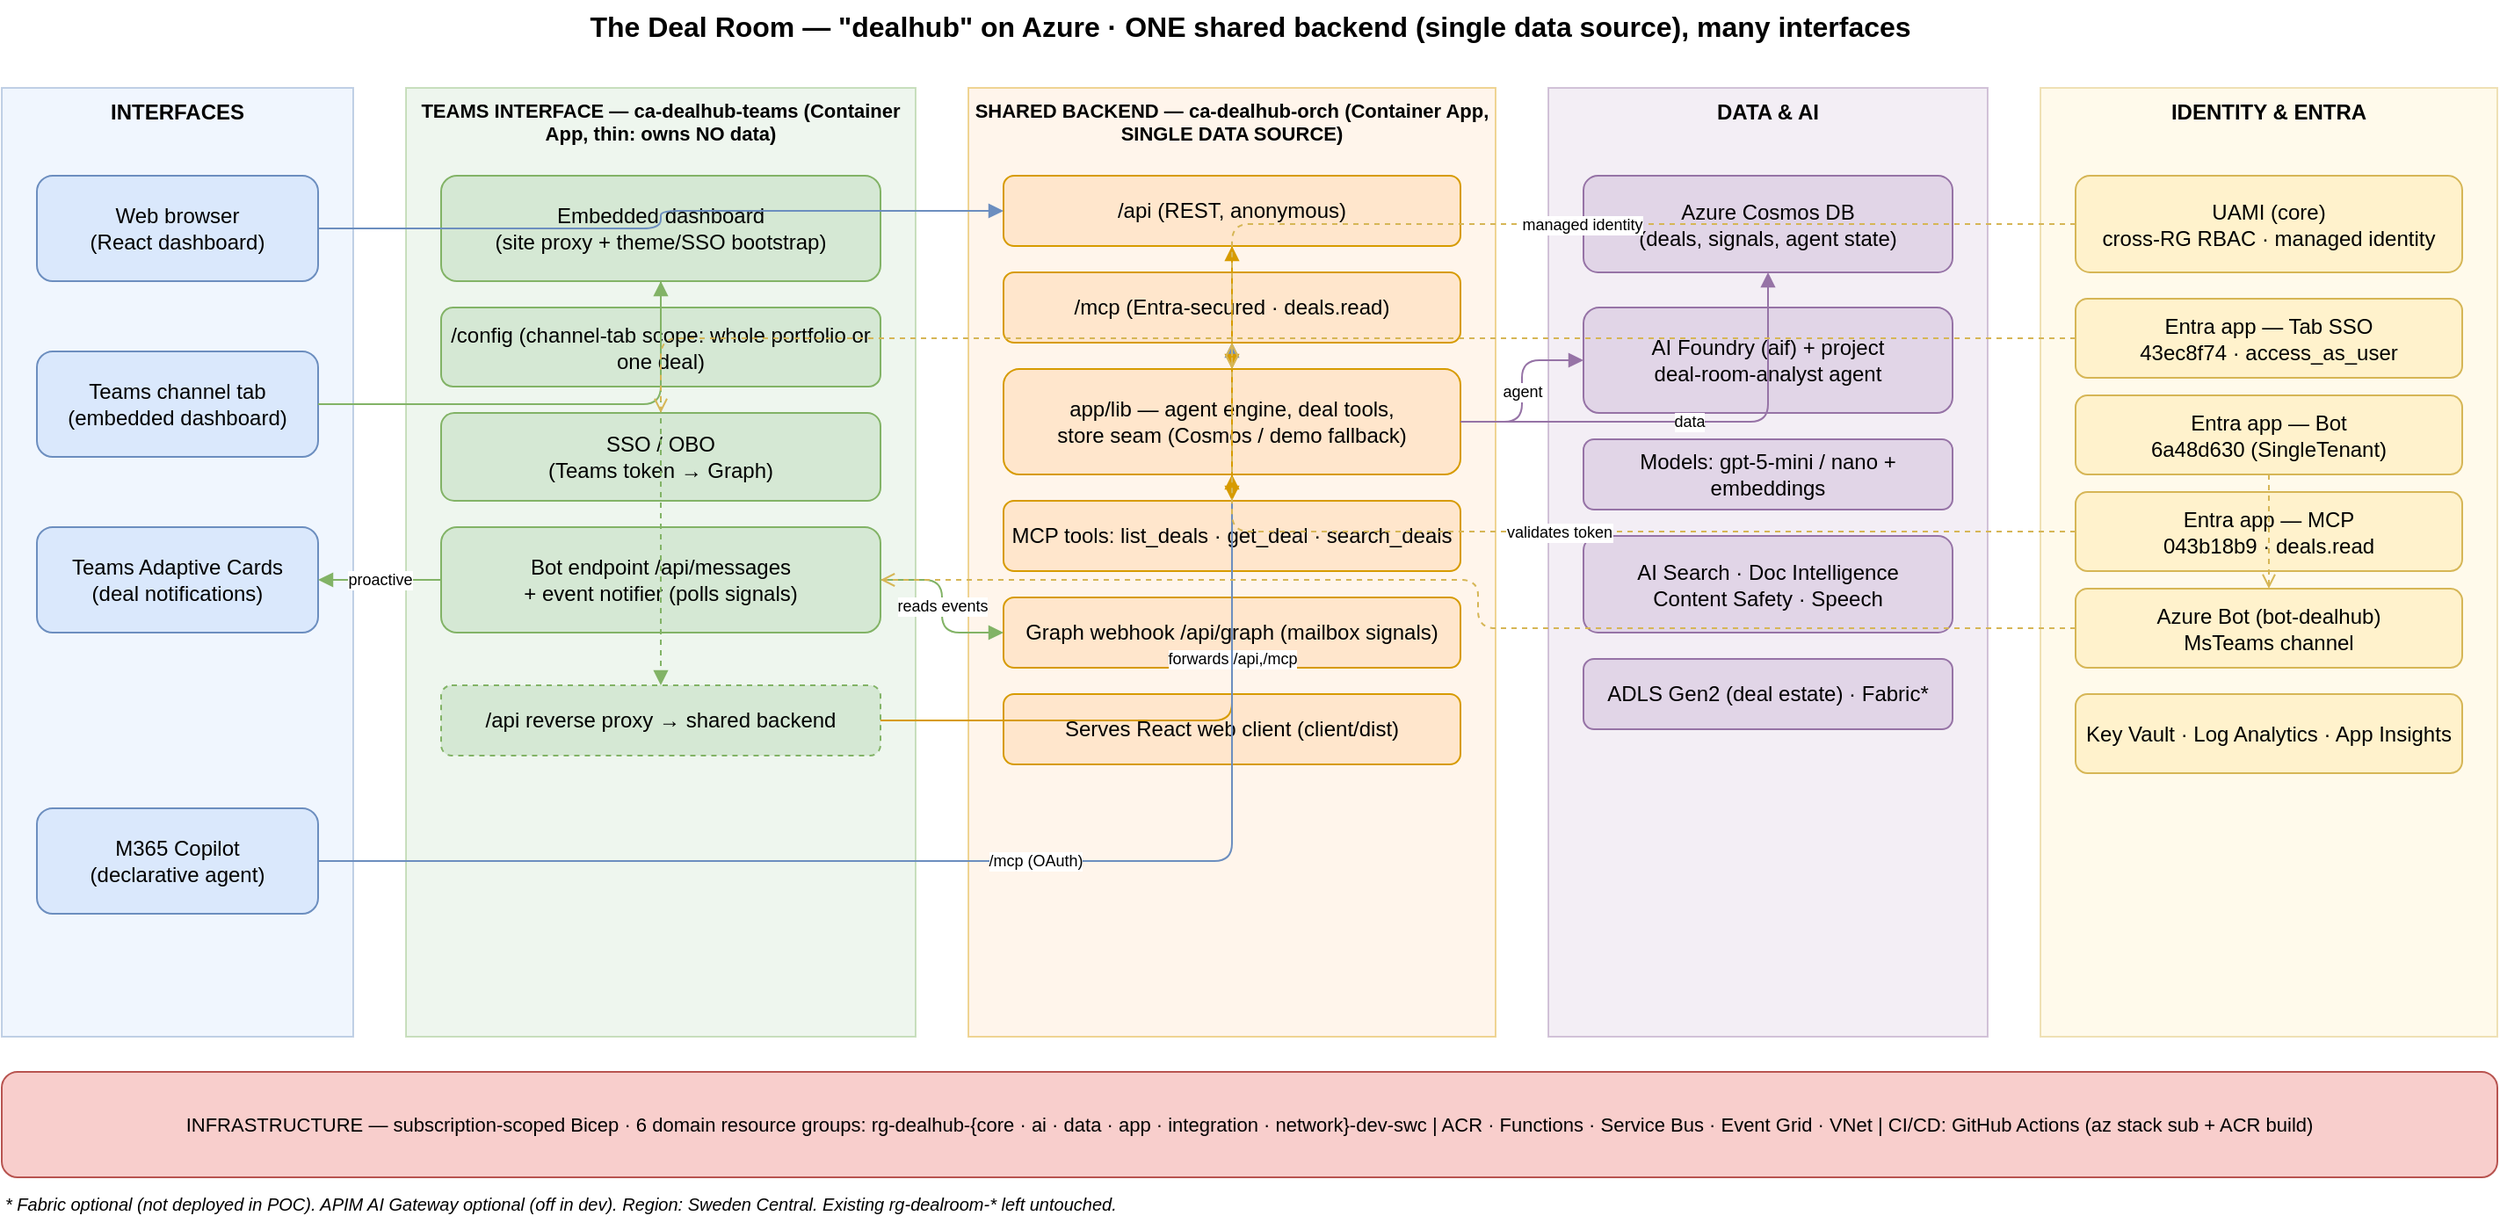
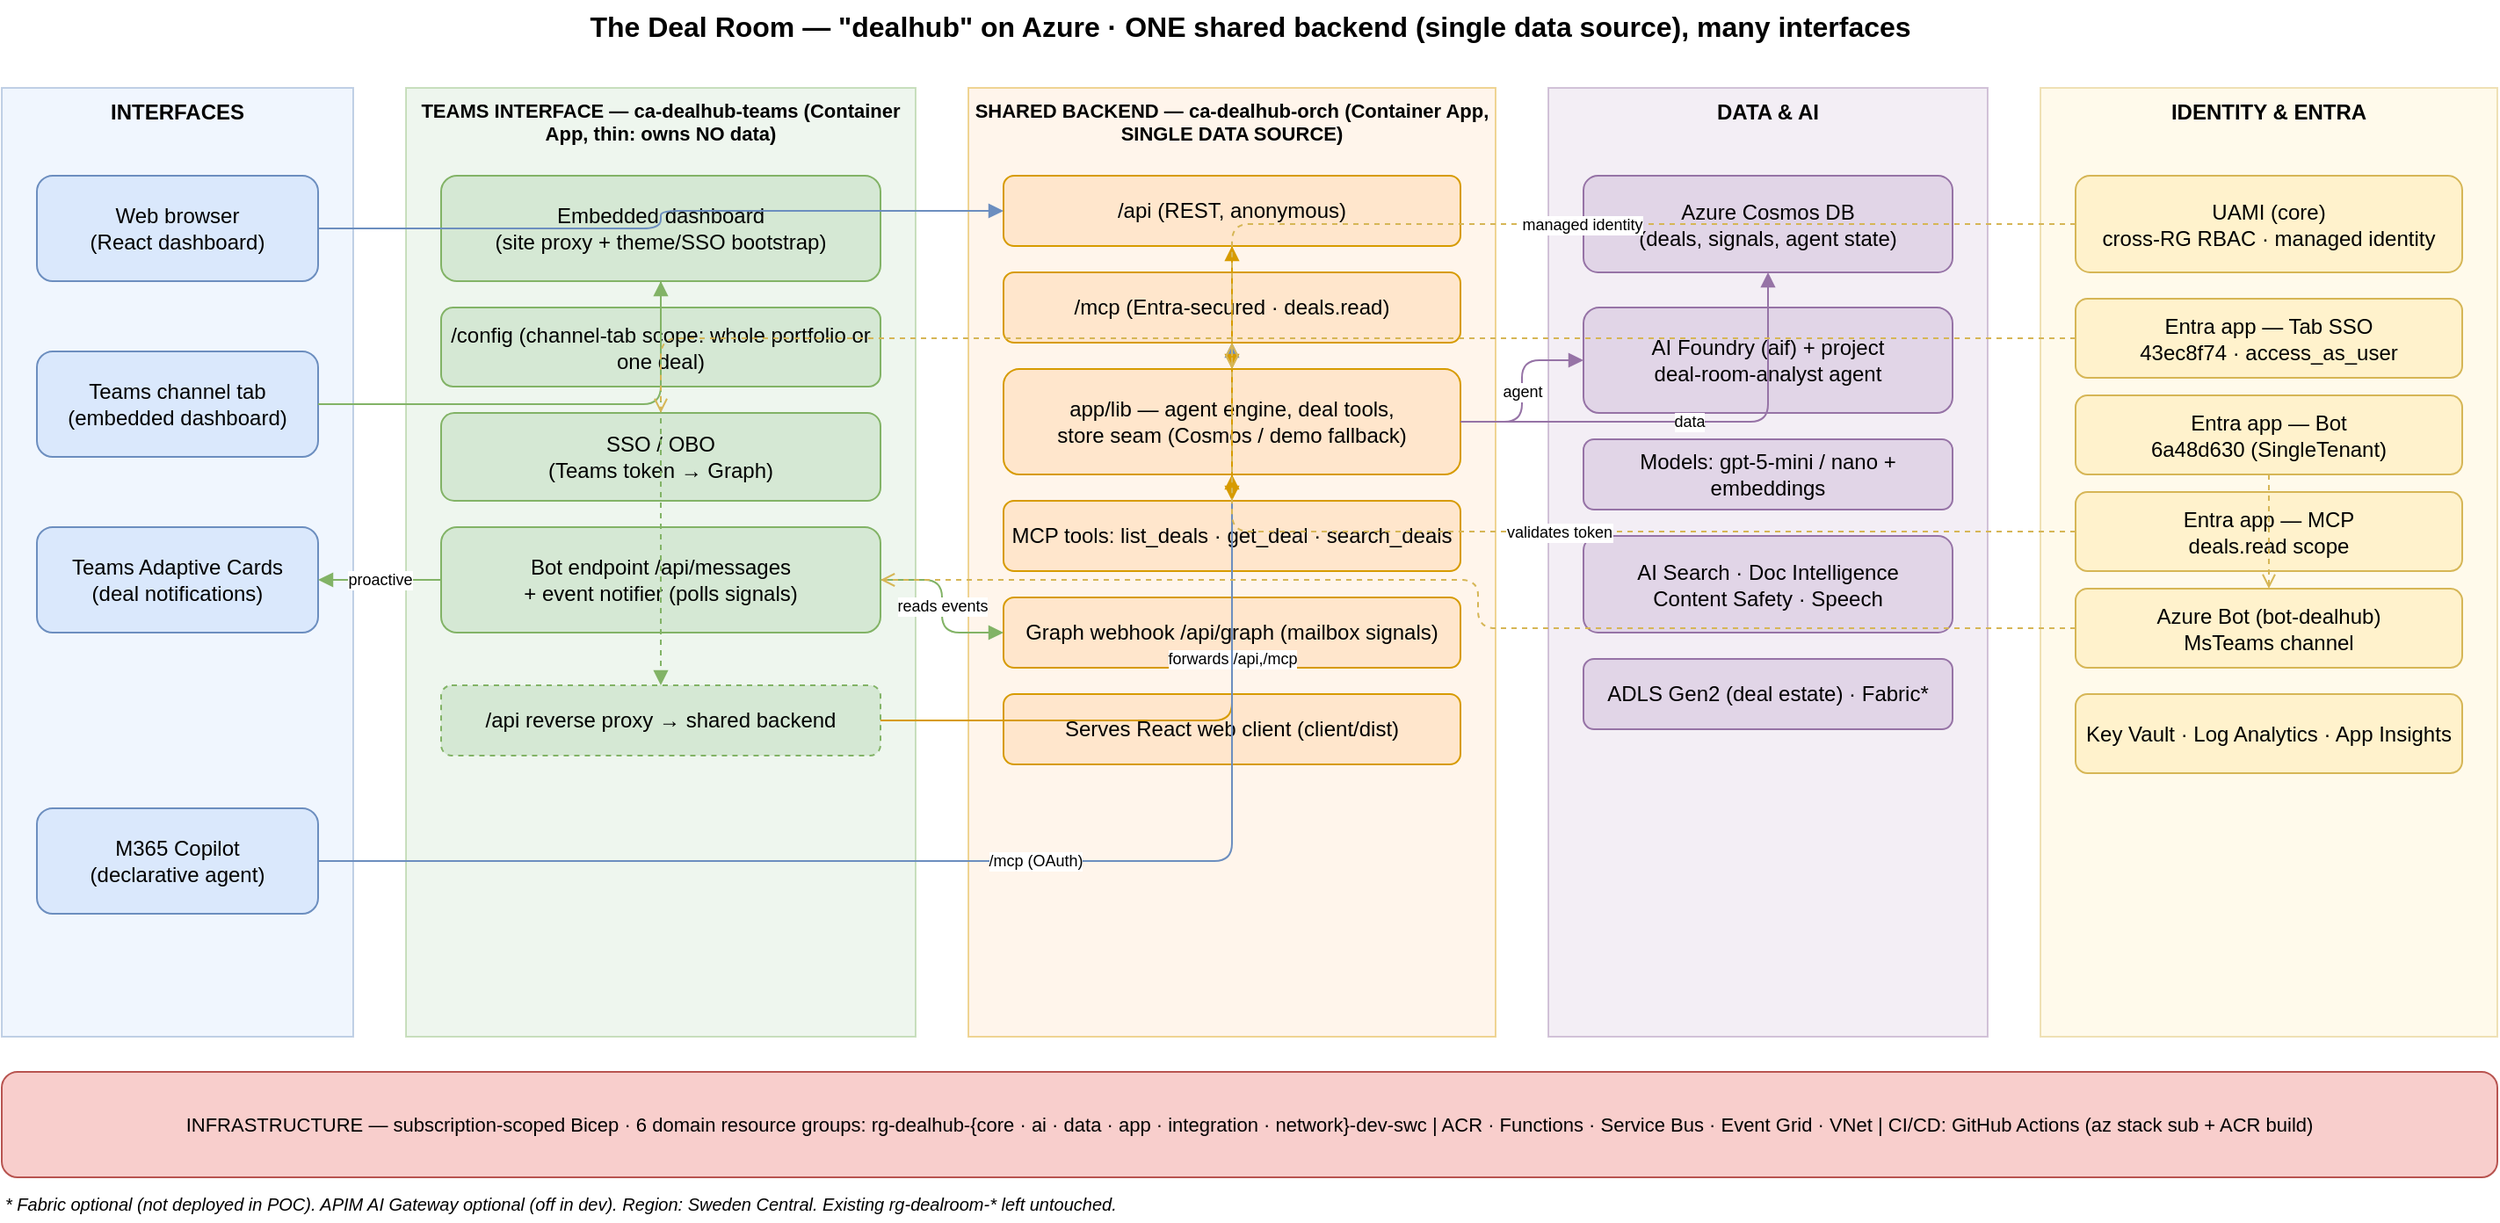
<mxfile host="app.diagrams.net" agent="deal-room" version="24.7.0">
  <diagram name="Deal Room — dealhub" id="dealhub-arch">
    <mxGraphModel dx="1600" dy="1000" grid="1" gridSize="10" guides="1" tooltips="1" connect="1" arrows="1" fold="1" page="1" pageScale="1" pageWidth="1500" pageHeight="1000" math="0" shadow="0">
      <root>
        <mxCell id="0" />
        <mxCell id="1" parent="0" />

        <mxCell id="title" value="The Deal Room — &quot;dealhub&quot; on Azure  ·  ONE shared backend (single data source), many interfaces" style="text;html=1;align=center;verticalAlign=middle;fontSize=16;fontStyle=1;" vertex="1" parent="1">
          <mxGeometry x="40" y="10" width="1420" height="30" as="geometry" />
        </mxCell>

        <!-- ================= LANES ================= -->
        <mxCell id="laneIf" value="INTERFACES" style="rounded=0;whiteSpace=wrap;html=1;verticalAlign=top;fontStyle=1;fontSize=12;fillColor=#dae8fc;strokeColor=#6c8ebf;opacity=40;" vertex="1" parent="1">
          <mxGeometry x="40" y="60" width="200" height="540" as="geometry" />
        </mxCell>
        <mxCell id="laneTeams" value="TEAMS INTERFACE — ca-dealhub-teams (Container App, thin: owns NO data)" style="rounded=0;whiteSpace=wrap;html=1;verticalAlign=top;fontStyle=1;fontSize=11;fillColor=#d5e8d4;strokeColor=#82b366;opacity=40;" vertex="1" parent="1">
          <mxGeometry x="270" y="60" width="290" height="540" as="geometry" />
        </mxCell>
        <mxCell id="laneBackend" value="SHARED BACKEND — ca-dealhub-orch (Container App, SINGLE DATA SOURCE)" style="rounded=0;whiteSpace=wrap;html=1;verticalAlign=top;fontStyle=1;fontSize=11;fillColor=#ffe6cc;strokeColor=#d79b00;opacity=40;" vertex="1" parent="1">
          <mxGeometry x="590" y="60" width="300" height="540" as="geometry" />
        </mxCell>
        <mxCell id="laneData" value="DATA &amp; AI" style="rounded=0;whiteSpace=wrap;html=1;verticalAlign=top;fontStyle=1;fontSize=12;fillColor=#e1d5e7;strokeColor=#9673a6;opacity=40;" vertex="1" parent="1">
          <mxGeometry x="920" y="60" width="250" height="540" as="geometry" />
        </mxCell>
        <mxCell id="laneId" value="IDENTITY &amp; ENTRA" style="rounded=0;whiteSpace=wrap;html=1;verticalAlign=top;fontStyle=1;fontSize=12;fillColor=#fff2cc;strokeColor=#d6b656;opacity=40;" vertex="1" parent="1">
          <mxGeometry x="1200" y="60" width="260" height="540" as="geometry" />
        </mxCell>

        <!-- ================= INTERFACES ================= -->
        <mxCell id="web" value="Web browser&#10;(React dashboard)" style="rounded=1;whiteSpace=wrap;html=1;fillColor=#dae8fc;strokeColor=#6c8ebf;" vertex="1" parent="1">
          <mxGeometry x="60" y="110" width="160" height="60" as="geometry" />
        </mxCell>
        <mxCell id="teamsTab" value="Teams channel tab&#10;(embedded dashboard)" style="rounded=1;whiteSpace=wrap;html=1;fillColor=#dae8fc;strokeColor=#6c8ebf;" vertex="1" parent="1">
          <mxGeometry x="60" y="210" width="160" height="60" as="geometry" />
        </mxCell>
        <mxCell id="teamsCards" value="Teams Adaptive Cards&#10;(deal notifications)" style="rounded=1;whiteSpace=wrap;html=1;fillColor=#dae8fc;strokeColor=#6c8ebf;" vertex="1" parent="1">
          <mxGeometry x="60" y="310" width="160" height="60" as="geometry" />
        </mxCell>
        <mxCell id="copilot" value="M365 Copilot&#10;(declarative agent)" style="rounded=1;whiteSpace=wrap;html=1;fillColor=#dae8fc;strokeColor=#6c8ebf;" vertex="1" parent="1">
          <mxGeometry x="60" y="470" width="160" height="60" as="geometry" />
        </mxCell>

        <!-- ================= TEAMS APP ================= -->
        <mxCell id="tProxy" value="Embedded dashboard&#10;(site proxy + theme/SSO bootstrap)" style="rounded=1;whiteSpace=wrap;html=1;fillColor=#d5e8d4;strokeColor=#82b366;" vertex="1" parent="1">
          <mxGeometry x="290" y="110" width="250" height="60" as="geometry" />
        </mxCell>
        <mxCell id="tConfig" value="/config  (channel-tab scope: whole portfolio or one deal)" style="rounded=1;whiteSpace=wrap;html=1;fillColor=#d5e8d4;strokeColor=#82b366;" vertex="1" parent="1">
          <mxGeometry x="290" y="185" width="250" height="45" as="geometry" />
        </mxCell>
        <mxCell id="tSso" value="SSO / OBO&#10;(Teams token → Graph)" style="rounded=1;whiteSpace=wrap;html=1;fillColor=#d5e8d4;strokeColor=#82b366;" vertex="1" parent="1">
          <mxGeometry x="290" y="245" width="250" height="50" as="geometry" />
        </mxCell>
        <mxCell id="tBot" value="Bot endpoint /api/messages&#10;+ event notifier (polls signals)" style="rounded=1;whiteSpace=wrap;html=1;fillColor=#d5e8d4;strokeColor=#82b366;" vertex="1" parent="1">
          <mxGeometry x="290" y="310" width="250" height="60" as="geometry" />
        </mxCell>
        <mxCell id="tProxyApi" value="/api reverse proxy → shared backend" style="rounded=1;whiteSpace=wrap;html=1;fillColor=#d5e8d4;strokeColor=#82b366;dashed=1;" vertex="1" parent="1">
          <mxGeometry x="290" y="400" width="250" height="40" as="geometry" />
        </mxCell>

        <!-- ================= BACKEND ================= -->
        <mxCell id="bApi" value="/api  (REST, anonymous)" style="rounded=1;whiteSpace=wrap;html=1;fillColor=#ffe6cc;strokeColor=#d79b00;" vertex="1" parent="1">
          <mxGeometry x="610" y="110" width="260" height="40" as="geometry" />
        </mxCell>
        <mxCell id="bMcp" value="/mcp  (Entra-secured · deals.read)" style="rounded=1;whiteSpace=wrap;html=1;fillColor=#ffe6cc;strokeColor=#d79b00;" vertex="1" parent="1">
          <mxGeometry x="610" y="165" width="260" height="40" as="geometry" />
        </mxCell>
        <mxCell id="bLib" value="app/lib — agent engine, deal tools,&#10;store seam (Cosmos / demo fallback)" style="rounded=1;whiteSpace=wrap;html=1;fillColor=#ffe6cc;strokeColor=#d79b00;" vertex="1" parent="1">
          <mxGeometry x="610" y="220" width="260" height="60" as="geometry" />
        </mxCell>
        <mxCell id="bTools" value="MCP tools: list_deals · get_deal · search_deals" style="rounded=1;whiteSpace=wrap;html=1;fillColor=#ffe6cc;strokeColor=#d79b00;" vertex="1" parent="1">
          <mxGeometry x="610" y="295" width="260" height="40" as="geometry" />
        </mxCell>
        <mxCell id="bGraph" value="Graph webhook /api/graph (mailbox signals)" style="rounded=1;whiteSpace=wrap;html=1;fillColor=#ffe6cc;strokeColor=#d79b00;" vertex="1" parent="1">
          <mxGeometry x="610" y="350" width="260" height="40" as="geometry" />
        </mxCell>
        <mxCell id="bWeb" value="Serves React web client (client/dist)" style="rounded=1;whiteSpace=wrap;html=1;fillColor=#ffe6cc;strokeColor=#d79b00;" vertex="1" parent="1">
          <mxGeometry x="610" y="405" width="260" height="40" as="geometry" />
        </mxCell>

        <!-- ================= DATA & AI ================= -->
        <mxCell id="cosmos" value="Azure Cosmos DB&#10;(deals, signals, agent state)" style="rounded=1;whiteSpace=wrap;html=1;fillColor=#e1d5e7;strokeColor=#9673a6;" vertex="1" parent="1">
          <mxGeometry x="940" y="110" width="210" height="55" as="geometry" />
        </mxCell>
        <mxCell id="foundry" value="AI Foundry (aif) + project&#10;deal-room-analyst agent" style="rounded=1;whiteSpace=wrap;html=1;fillColor=#e1d5e7;strokeColor=#9673a6;" vertex="1" parent="1">
          <mxGeometry x="940" y="185" width="210" height="60" as="geometry" />
        </mxCell>
        <mxCell id="models" value="Models: gpt-5-mini / nano + embeddings" style="rounded=1;whiteSpace=wrap;html=1;fillColor=#e1d5e7;strokeColor=#9673a6;" vertex="1" parent="1">
          <mxGeometry x="940" y="260" width="210" height="40" as="geometry" />
        </mxCell>
        <mxCell id="aisvc" value="AI Search · Doc Intelligence&#10;Content Safety · Speech" style="rounded=1;whiteSpace=wrap;html=1;fillColor=#e1d5e7;strokeColor=#9673a6;" vertex="1" parent="1">
          <mxGeometry x="940" y="315" width="210" height="55" as="geometry" />
        </mxCell>
        <mxCell id="adls" value="ADLS Gen2 (deal estate) · Fabric*" style="rounded=1;whiteSpace=wrap;html=1;fillColor=#e1d5e7;strokeColor=#9673a6;" vertex="1" parent="1">
          <mxGeometry x="940" y="385" width="210" height="40" as="geometry" />
        </mxCell>

        <!-- ================= IDENTITY ================= -->
        <mxCell id="uami" value="UAMI (core)&#10;cross-RG RBAC · managed identity" style="rounded=1;whiteSpace=wrap;html=1;fillColor=#fff2cc;strokeColor=#d6b656;" vertex="1" parent="1">
          <mxGeometry x="1220" y="110" width="220" height="55" as="geometry" />
        </mxCell>
        <mxCell id="entraSso" value="Entra app — Tab SSO&#10;43ec8f74 · access_as_user" style="rounded=1;whiteSpace=wrap;html=1;fillColor=#fff2cc;strokeColor=#d6b656;" vertex="1" parent="1">
          <mxGeometry x="1220" y="180" width="220" height="45" as="geometry" />
        </mxCell>
        <mxCell id="entraBot" value="Entra app — Bot&#10;6a48d630 (SingleTenant)" style="rounded=1;whiteSpace=wrap;html=1;fillColor=#fff2cc;strokeColor=#d6b656;" vertex="1" parent="1">
          <mxGeometry x="1220" y="235" width="220" height="45" as="geometry" />
        </mxCell>
-         <mxCell id="entraMcp" value="Entra app — MCP&#10;043b18b9 · deals.read" style="rounded=1;whiteSpace=wrap;html=1;fillColor=#fff2cc;strokeColor=#d6b656;" vertex="1" parent="1">
+         <mxCell id="entraMcp" value="Entra app — MCP&#10;deals.read scope" style="rounded=1;whiteSpace=wrap;html=1;fillColor=#fff2cc;strokeColor=#d6b656;" vertex="1" parent="1">
          <mxGeometry x="1220" y="290" width="220" height="45" as="geometry" />
        </mxCell>
        <mxCell id="azBot" value="Azure Bot (bot-dealhub)&#10;MsTeams channel" style="rounded=1;whiteSpace=wrap;html=1;fillColor=#fff2cc;strokeColor=#d6b656;" vertex="1" parent="1">
          <mxGeometry x="1220" y="345" width="220" height="45" as="geometry" />
        </mxCell>
        <mxCell id="core" value="Key Vault · Log Analytics · App Insights" style="rounded=1;whiteSpace=wrap;html=1;fillColor=#fff2cc;strokeColor=#d6b656;" vertex="1" parent="1">
          <mxGeometry x="1220" y="405" width="220" height="45" as="geometry" />
        </mxCell>

        <!-- ================= INFRA BAR ================= -->
        <mxCell id="infra" value="INFRASTRUCTURE — subscription-scoped Bicep · 6 domain resource groups: rg-dealhub-{core · ai · data · app · integration · network}-dev-swc   |   ACR · Functions · Service Bus · Event Grid · VNet   |   CI/CD: GitHub Actions (az stack sub + ACR build)" style="rounded=1;whiteSpace=wrap;html=1;fillColor=#f8cecc;strokeColor=#b85450;fontSize=11;verticalAlign=middle;" vertex="1" parent="1">
          <mxGeometry x="40" y="620" width="1420" height="60" as="geometry" />
        </mxCell>
        <mxCell id="note" value="* Fabric optional (not deployed in POC). APIM AI Gateway optional (off in dev).  Region: Sweden Central.  Existing rg-dealroom-* left untouched." style="text;html=1;align=left;verticalAlign=middle;fontSize=10;fontStyle=2;" vertex="1" parent="1">
          <mxGeometry x="40" y="685" width="1420" height="20" as="geometry" />
        </mxCell>

        <!-- ================= EDGES ================= -->
        <mxCell id="e1" style="edgeStyle=orthogonalEdgeStyle;rounded=1;html=1;endArrow=block;strokeColor=#6c8ebf;" edge="1" parent="1" source="web" target="bApi"><mxGeometry relative="1" as="geometry" /></mxCell>
        <mxCell id="e2" style="edgeStyle=orthogonalEdgeStyle;rounded=1;html=1;endArrow=block;strokeColor=#82b366;" edge="1" parent="1" source="teamsTab" target="tProxy"><mxGeometry relative="1" as="geometry" /></mxCell>
        <mxCell id="e3" value="forwards /api,/mcp" style="edgeStyle=orthogonalEdgeStyle;rounded=1;html=1;endArrow=block;strokeColor=#d79b00;fontSize=9;" edge="1" parent="1" source="tProxyApi" target="bApi"><mxGeometry relative="1" as="geometry" /></mxCell>
        <mxCell id="e4" style="edgeStyle=orthogonalEdgeStyle;rounded=1;html=1;endArrow=block;dashed=1;strokeColor=#82b366;" edge="1" parent="1" source="tProxy" target="tProxyApi"><mxGeometry relative="1" as="geometry" /></mxCell>
        <mxCell id="e5" value="proactive" style="edgeStyle=orthogonalEdgeStyle;rounded=1;html=1;endArrow=block;strokeColor=#82b366;fontSize=9;" edge="1" parent="1" source="tBot" target="teamsCards"><mxGeometry relative="1" as="geometry" /></mxCell>
        <mxCell id="e6" value="reads events" style="edgeStyle=orthogonalEdgeStyle;rounded=1;html=1;endArrow=block;strokeColor=#82b366;fontSize=9;" edge="1" parent="1" source="tBot" target="bGraph"><mxGeometry relative="1" as="geometry" /></mxCell>
        <mxCell id="e7" value="/mcp (OAuth)" style="edgeStyle=orthogonalEdgeStyle;rounded=1;html=1;endArrow=block;strokeColor=#6c8ebf;fontSize=9;" edge="1" parent="1" source="copilot" target="bMcp"><mxGeometry relative="1" as="geometry" /></mxCell>
        <mxCell id="e8" style="edgeStyle=orthogonalEdgeStyle;rounded=1;html=1;endArrow=block;strokeColor=#d79b00;" edge="1" parent="1" source="bApi" target="bLib"><mxGeometry relative="1" as="geometry" /></mxCell>
        <mxCell id="e9" style="edgeStyle=orthogonalEdgeStyle;rounded=1;html=1;endArrow=block;strokeColor=#d79b00;" edge="1" parent="1" source="bMcp" target="bTools"><mxGeometry relative="1" as="geometry" /></mxCell>
        <mxCell id="e10" style="edgeStyle=orthogonalEdgeStyle;rounded=1;html=1;endArrow=block;strokeColor=#d79b00;" edge="1" parent="1" source="bTools" target="bLib"><mxGeometry relative="1" as="geometry" /></mxCell>
        <mxCell id="e11" value="data" style="edgeStyle=orthogonalEdgeStyle;rounded=1;html=1;endArrow=block;strokeColor=#9673a6;fontSize=9;" edge="1" parent="1" source="bLib" target="cosmos"><mxGeometry relative="1" as="geometry" /></mxCell>
        <mxCell id="e12" value="agent" style="edgeStyle=orthogonalEdgeStyle;rounded=1;html=1;endArrow=block;strokeColor=#9673a6;fontSize=9;" edge="1" parent="1" source="bLib" target="foundry"><mxGeometry relative="1" as="geometry" /></mxCell>
        <mxCell id="e13" value="managed identity" style="edgeStyle=orthogonalEdgeStyle;rounded=1;html=1;endArrow=open;dashed=1;strokeColor=#d6b656;fontSize=9;" edge="1" parent="1" source="uami" target="bLib"><mxGeometry relative="1" as="geometry" /></mxCell>
        <mxCell id="e14" style="edgeStyle=orthogonalEdgeStyle;rounded=1;html=1;endArrow=open;dashed=1;strokeColor=#d6b656;" edge="1" parent="1" source="entraSso" target="tSso"><mxGeometry relative="1" as="geometry" /></mxCell>
        <mxCell id="e15" style="edgeStyle=orthogonalEdgeStyle;rounded=1;html=1;endArrow=open;dashed=1;strokeColor=#d6b656;" edge="1" parent="1" source="entraBot" target="azBot"><mxGeometry relative="1" as="geometry" /></mxCell>
        <mxCell id="e16" style="edgeStyle=orthogonalEdgeStyle;rounded=1;html=1;endArrow=open;dashed=1;strokeColor=#d6b656;" edge="1" parent="1" source="azBot" target="tBot"><mxGeometry relative="1" as="geometry" /></mxCell>
        <mxCell id="e17" value="validates token" style="edgeStyle=orthogonalEdgeStyle;rounded=1;html=1;endArrow=open;dashed=1;strokeColor=#d6b656;fontSize=9;" edge="1" parent="1" source="entraMcp" target="bMcp"><mxGeometry relative="1" as="geometry" /></mxCell>
      </root>
    </mxGraphModel>
  </diagram>
</mxfile>
